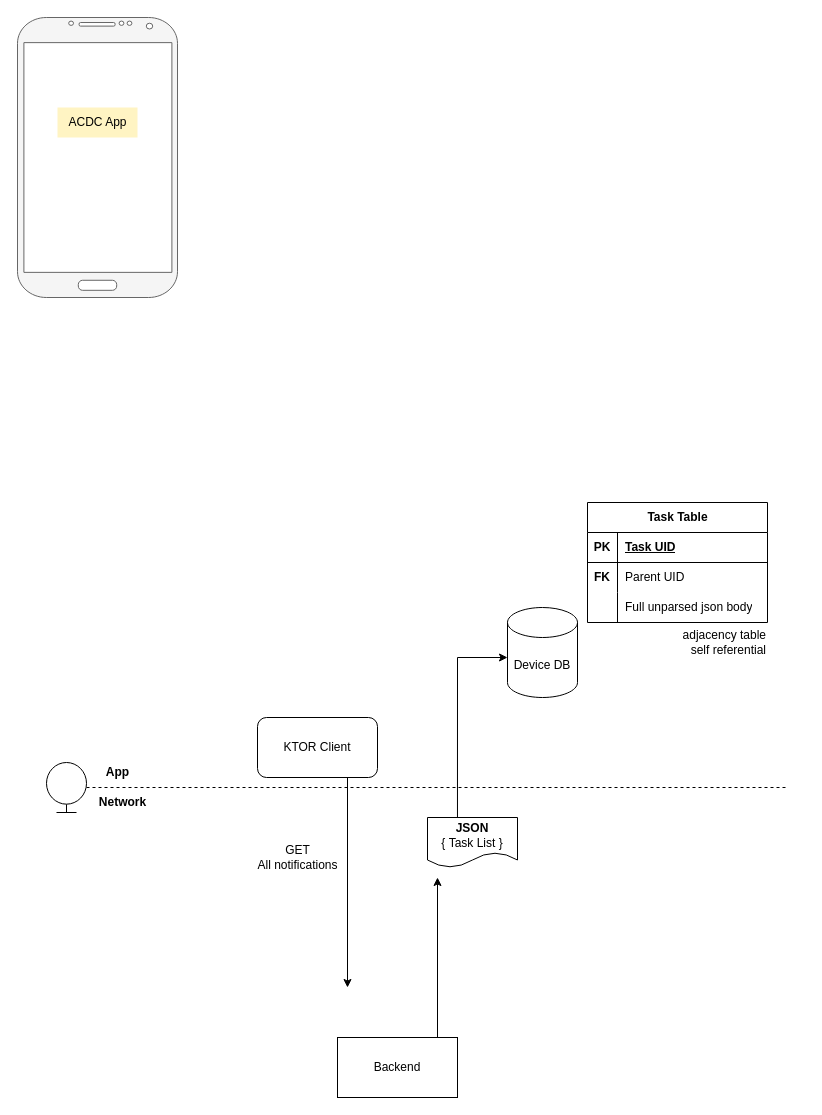
Before: DataLayerACDC.drawio in SarifIndustries/DrawioDiagrams, a draw.io diagram. Source tidied: cells renumbered, new cells numbered last; positions are measured from the earlier drawing's top-left corner, leaving out a move shared by most shapes. Both pictures are drawn from the tidied source at 100%, with x=0, y=0 at pixel (17, 17).
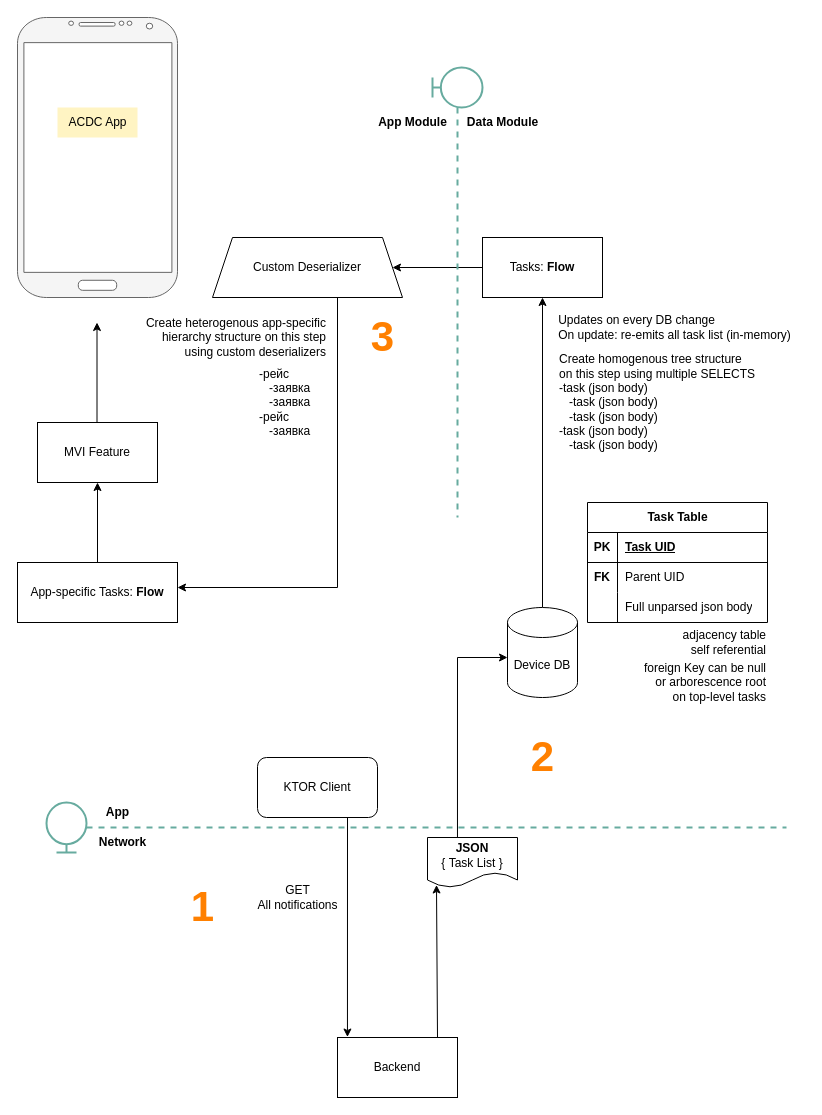
Above is the later version.

The change refers to these unchanged cells:
```xml
<mxCell id="4" value="Backend" style="rounded=0;whiteSpace=wrap;html=1;" parent="1" vertex="1">
  <mxGeometry x="320" y="1020" width="120" height="60" as="geometry" />
</mxCell>
<mxCell id="10" value="Device DB" style="shape=cylinder3;whiteSpace=wrap;html=1;boundedLbl=1;backgroundOutline=1;size=15;" parent="1" vertex="1">
  <mxGeometry x="490" y="590" width="70" height="90" as="geometry" />
</mxCell>
```

The edit, as a diff of the source:
```diff
@@
     <mxCell id="5" value="KTOR Client" style="rounded=1;whiteSpace=wrap;html=1;" parent="1" vertex="1">
-      <mxGeometry x="240" y="700" width="120" height="60" as="geometry" />
+      <mxGeometry x="240" y="740" width="120" height="60" as="geometry" />
     </mxCell>
-    <mxCell id="6" style="endArrow=classic;html=1;rounded=0;" parent="1" edge="1">
+    <mxCell id="6" style="endArrow=classic;html=1;rounded=0;entryX=0.1;entryY=0.95;entryDx=0;entryDy=0;entryPerimeter=0;" parent="1" edge="1" target="9">
       <mxGeometry relative="1" as="geometry">
         <mxPoint x="420" y="1020" as="sourcePoint" />
-        <mxPoint x="420" y="860" as="targetPoint" />
       </mxGeometry>
     </mxCell>
-    <mxCell id="7" style="endArrow=classic;html=1;rounded=0;" parent="1" edge="1">
+    <mxCell id="7" style="endArrow=classic;html=1;rounded=0;entryX=0.083;entryY=-0.008;entryDx=0;entryDy=0;entryPerimeter=0;" parent="1" edge="1" target="4">
       <mxGeometry relative="1" as="geometry">
-        <mxPoint x="330" y="760" as="sourcePoint" />
-        <mxPoint x="330" y="970" as="targetPoint" />
+        <mxPoint x="330" y="800" as="sourcePoint" />
       </mxGeometry>
     </mxCell>
     <mxCell id="8" value="GET&lt;br&gt;All notifications" style="text;html=1;align=center;verticalAlign=middle;strokeColor=none;fillColor=none;" parent="1" vertex="1">
-      <mxGeometry x="230" y="820" width="100" height="40" as="geometry" />
+      <mxGeometry x="230" y="860" width="100" height="40" as="geometry" />
     </mxCell>
     <mxCell id="9" value="&lt;b&gt;JSON&lt;/b&gt;&lt;br&gt;{&amp;nbsp;Task List }" style="shape=document;whiteSpace=wrap;html=1;boundedLbl=1;" parent="1" vertex="1">
-      <mxGeometry x="410" y="800" width="90" height="50" as="geometry" />
+      <mxGeometry x="410" y="820" width="90" height="50" as="geometry" />
     </mxCell>
+    <mxCell id="26" style="edgeStyle=orthogonalEdgeStyle;rounded=0;jettySize=auto;html=1;" parent="1" edge="1" source="10" target="28">
+      <mxGeometry relative="1" as="geometry" />
+    </mxCell>
@@
-    <mxCell id="23" style="shape=umlLifeline;perimeter=lifelinePerimeter;whiteSpace=wrap;html=1;newEdgeStyle={&quot;edgeStyle&quot;:&quot;elbowEdgeStyle&quot;,&quot;elbow&quot;:&quot;vertical&quot;,&quot;curved&quot;:0,&quot;rounded&quot;:0};participant=umlBoundary;rotation=-90;" parent="1" vertex="1">
-      <mxGeometry x="374" y="400" width="50" height="740" as="geometry" />
+    <mxCell id="23" style="shape=umlLifeline;perimeter=lifelinePerimeter;whiteSpace=wrap;html=1;newEdgeStyle={&quot;edgeStyle&quot;:&quot;elbowEdgeStyle&quot;,&quot;elbow&quot;:&quot;vertical&quot;,&quot;curved&quot;:0,&quot;rounded&quot;:0};participant=umlBoundary;rotation=-90;strokeColor=#67AB9F;strokeWidth=2;" parent="1" vertex="1">
+      <mxGeometry x="374" y="440" width="50" height="740" as="geometry" />
     </mxCell>
     <mxCell id="24" value="App" style="text;html=1;align=center;verticalAlign=middle;strokeColor=none;fillColor=none;fontStyle=1;" parent="1" vertex="1">
-      <mxGeometry x="75" y="740" width="50" height="30" as="geometry" />
+      <mxGeometry x="75" y="780" width="50" height="30" as="geometry" />
     </mxCell>
     <mxCell id="25" value="Network" style="text;html=1;align=center;verticalAlign=middle;strokeColor=none;fillColor=none;fontStyle=1;" parent="1" vertex="1">
-      <mxGeometry x="70" y="770" width="70" height="30" as="geometry" />
+      <mxGeometry x="70" y="810" width="70" height="30" as="geometry" />
     </mxCell>
+    <mxCell id="27" style="edgeStyle=orthogonalEdgeStyle;rounded=0;jettySize=auto;html=1;" parent="1" edge="1" source="28" target="33">
+      <mxGeometry relative="1" as="geometry" />
+    </mxCell>
+    <mxCell id="28" value="Tasks: &lt;b&gt;Flow&lt;/b&gt;" style="whiteSpace=wrap;html=1;" parent="1" vertex="1">
+      <mxGeometry x="465" y="220" width="120" height="60" as="geometry" />
+    </mxCell>
+    <mxCell id="29" value="&lt;div style=&quot;text-align: left;&quot;&gt;&lt;span style=&quot;background-color: initial;&quot;&gt;Updates on every DB change&lt;/span&gt;&lt;/div&gt;&lt;div style=&quot;text-align: left;&quot;&gt;&lt;span style=&quot;background-color: initial;&quot;&gt;On update: re-emits all task list (in-memory)&lt;/span&gt;&lt;/div&gt;" style="text;html=1;align=center;verticalAlign=middle;strokeColor=none;fillColor=none;" parent="1" vertex="1">
+      <mxGeometry x="527" y="290" width="260" height="40" as="geometry" />
+    </mxCell>
+    <mxCell id="30" value="Create homogenous tree structure&lt;br&gt;on this step using multiple SELECTS&lt;br&gt;-task (json body)&lt;br&gt;&amp;nbsp; &amp;nbsp;-task (json body)&lt;br&gt;&amp;nbsp; &amp;nbsp;-task (json body)&lt;br&gt;-task (json body)&lt;br&gt;&amp;nbsp; &amp;nbsp;-task (json body)" style="text;html=1;align=left;verticalAlign=middle;strokeColor=none;fillColor=none;" parent="1" vertex="1">
+      <mxGeometry x="540" y="330" width="220" height="110" as="geometry" />
+    </mxCell>
+    <mxCell id="31" value="foreign Key can be null&lt;br&gt;or arborescence root&lt;br&gt;on top-level tasks" style="text;html=1;align=right;verticalAlign=middle;strokeColor=none;fillColor=none;" parent="1" vertex="1">
+      <mxGeometry x="600" y="635" width="150" height="60" as="geometry" />
+    </mxCell>
+    <mxCell id="32" style="shape=umlLifeline;perimeter=lifelinePerimeter;whiteSpace=wrap;html=1;newEdgeStyle={&quot;edgeStyle&quot;:&quot;elbowEdgeStyle&quot;,&quot;elbow&quot;:&quot;vertical&quot;,&quot;curved&quot;:0,&quot;rounded&quot;:0};participant=umlBoundary;rotation=0;strokeColor=#67AB9F;strokeWidth=2;" parent="1" vertex="1">
+      <mxGeometry x="415" y="50" width="50" height="450" as="geometry" />
+    </mxCell>
+    <mxCell id="33" value="Custom Deserializer" style="shape=trapezoid;perimeter=trapezoidPerimeter;whiteSpace=wrap;html=1;fixedSize=1;" parent="32" vertex="1">
+      <mxGeometry x="-220" y="170" width="190" height="60" as="geometry" />
+    </mxCell>
+    <mxCell id="34" value="Data Module" style="text;html=1;align=center;verticalAlign=middle;strokeColor=none;fillColor=none;fontStyle=1;" parent="1" vertex="1">
+      <mxGeometry x="440" y="90" width="90" height="30" as="geometry" />
+    </mxCell>
+    <mxCell id="35" value="App Module" style="text;html=1;align=center;verticalAlign=middle;strokeColor=none;fillColor=none;fontStyle=1;" parent="1" vertex="1">
+      <mxGeometry x="350" y="90" width="90" height="30" as="geometry" />
+    </mxCell>
+    <mxCell id="36" style="edgeStyle=orthogonalEdgeStyle;rounded=0;jettySize=auto;html=1;" parent="1" edge="1" source="37" target="40">
+      <mxGeometry relative="1" as="geometry" />
+    </mxCell>
+    <mxCell id="37" value="App-specific Tasks: &lt;b&gt;Flow&lt;/b&gt;" style="whiteSpace=wrap;html=1;" parent="1" vertex="1">
+      <mxGeometry y="545" width="160" height="60" as="geometry" />
+    </mxCell>
+    <mxCell id="38" style="edgeStyle=orthogonalEdgeStyle;rounded=0;jettySize=auto;html=1;" parent="1" edge="1" source="33" target="37">
+      <mxGeometry relative="1" as="geometry">
+        <Array as="points">
+          <mxPoint x="320" y="570" />
+        </Array>
+      </mxGeometry>
+    </mxCell>
+    <mxCell id="39" style="endArrow=classic;html=1;rounded=0;" parent="1" edge="1">
+      <mxGeometry relative="1" as="geometry">
+        <mxPoint x="79.5" y="405" as="sourcePoint" />
+        <mxPoint x="79.5" y="305" as="targetPoint" />
+      </mxGeometry>
+    </mxCell>
+    <mxCell id="40" value="MVI Feature" style="whiteSpace=wrap;html=1;" parent="1" vertex="1">
+      <mxGeometry x="20" y="405" width="120" height="60" as="geometry" />
+    </mxCell>
+    <mxCell id="41" value="Create heterogenous app-specific&lt;br&gt;hierarchy structure on this step&lt;br&gt;using custom deserializers" style="text;html=1;align=right;verticalAlign=middle;strokeColor=none;fillColor=none;" parent="1" vertex="1">
+      <mxGeometry x="110" y="290" width="200" height="60" as="geometry" />
+    </mxCell>
+    <mxCell id="42" value="-рейс&lt;br&gt;&lt;div style=&quot;&quot;&gt;&lt;span style=&quot;background-color: initial;&quot;&gt;&amp;nbsp; &amp;nbsp;-заявка&lt;/span&gt;&lt;/div&gt;&lt;div style=&quot;&quot;&gt;&lt;span style=&quot;background-color: initial;&quot;&gt;&amp;nbsp; &amp;nbsp;-заявка&lt;/span&gt;&lt;/div&gt;&lt;div style=&quot;&quot;&gt;&lt;span style=&quot;background-color: initial;&quot;&gt;-рейс&lt;/span&gt;&lt;/div&gt;&lt;div style=&quot;&quot;&gt;&lt;span style=&quot;background-color: initial;&quot;&gt;&amp;nbsp; &amp;nbsp;-заявка&lt;/span&gt;&lt;/div&gt;" style="text;html=1;align=left;verticalAlign=middle;strokeColor=none;fillColor=none;" parent="1" vertex="1">
+      <mxGeometry x="240" y="340" width="80" height="90" as="geometry" />
+    </mxCell>
+    <mxCell id="43" value="1" style="text;html=1;align=center;verticalAlign=middle;fontStyle=1;fontSize=42;fontColor=#FF8000;" parent="1" vertex="1">
+      <mxGeometry x="160" y="860" width="50" height="60" as="geometry" />
+    </mxCell>
+    <mxCell id="44" value="2" style="text;html=1;align=center;verticalAlign=middle;fontStyle=1;fontSize=42;fontColor=#FF8000;" parent="1" vertex="1">
+      <mxGeometry x="500" y="710" width="50" height="60" as="geometry" />
+    </mxCell>
+    <mxCell id="45" value="3" style="text;html=1;align=center;verticalAlign=middle;fontStyle=1;fontSize=42;fontColor=#FF8000;" parent="1" vertex="1">
+      <mxGeometry x="340" y="290" width="50" height="60" as="geometry" />
+    </mxCell>
```
